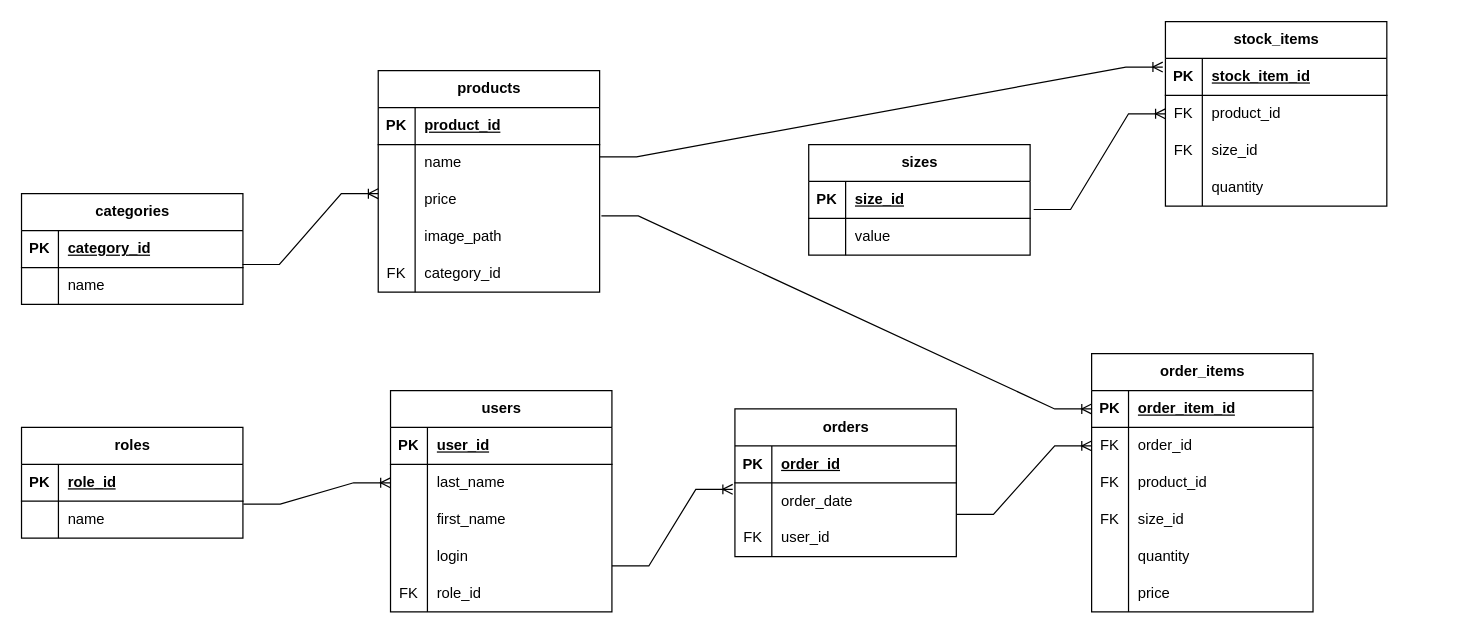
Before: docs/ERD_mir_chasov.drawio in Ivan34141414/up11-project-Aristov, a draw.io diagram. Source tidied: cells renumbered, new cells numbered last; positions are measured from the earlier drawing's top-left corner, leaving out a move shared by most shapes. Both pictures are drawn from the tidied source at 123%, with x=0, y=0 at pixel (21, 21).
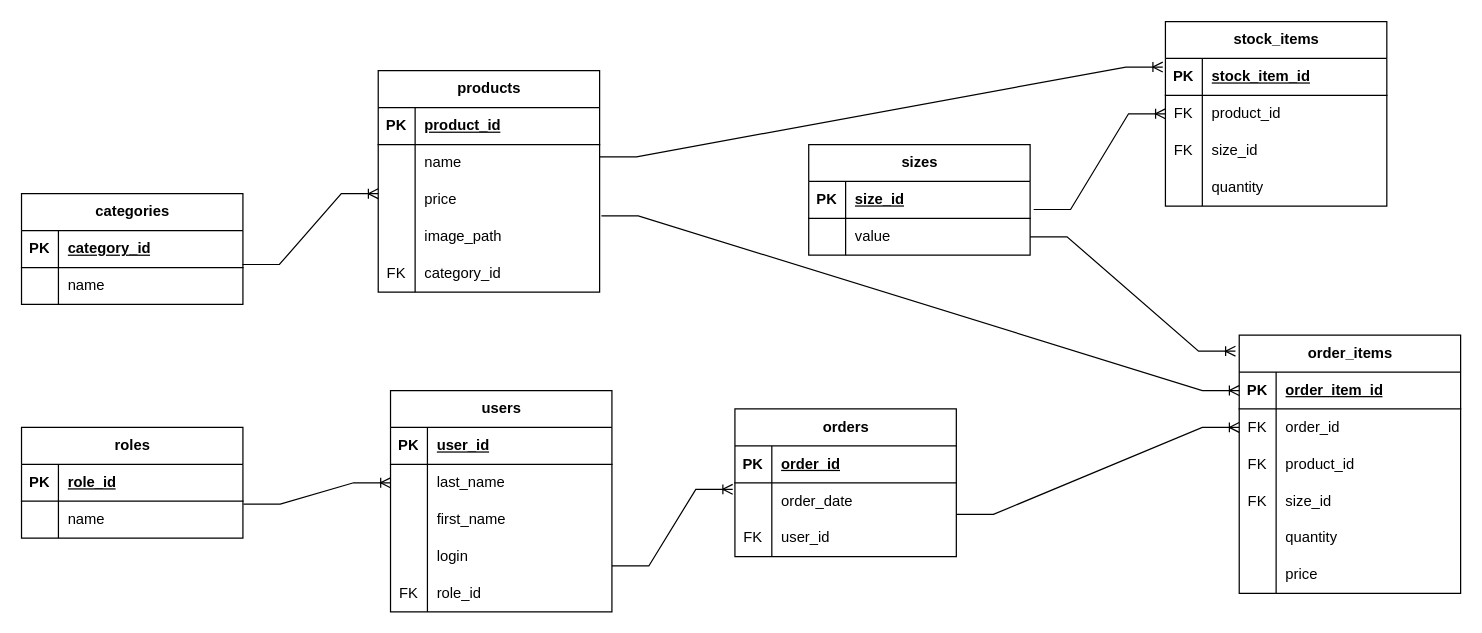
The same diagram, later.

Commit message (it also covers changes not shown here):
Пара 10: Сохранение ER-диаграммы в PDF

Unchanged cells that the change refers to:
```xml
<mxCell id="29" style="shape=tableRow;horizontal=0;startSize=0;swimlaneHead=0;swimlaneBody=0;fillColor=none;points=[[0,0.5],[1,0.5]];portConstraint=eastwest;top=0;left=0;right=0;bottom=0;" parent="25" vertex="1">
  <mxGeometry y="60" width="180" height="30" as="geometry" />
</mxCell>
```

Change to the diagram source:
```diff
@@
     <mxCell id="78" value="order_items" style="shape=table;startSize=30;childLayout=tableLayout;rowLines=0;fontStyle=1;align=center;html=1;" parent="1" vertex="1">
-      <mxGeometry x="870" y="270" width="180" height="210" as="geometry" />
+      <mxGeometry x="990" y="255" width="180" height="210" as="geometry" />
     </mxCell>
@@
+    <mxCell id="104" style="edgeStyle=entityRelationEdgeStyle;fontSize=12;html=1;endArrow=ERoneToMany;rounded=0;entryX=-0.017;entryY=0.062;entryDx=0;entryDy=0;entryPerimeter=0;exitX=1;exitY=0.5;exitDx=0;exitDy=0;" parent="1" edge="1" source="29" target="78">
+      <mxGeometry relative="1" as="geometry" />
+    </mxCell>
```
